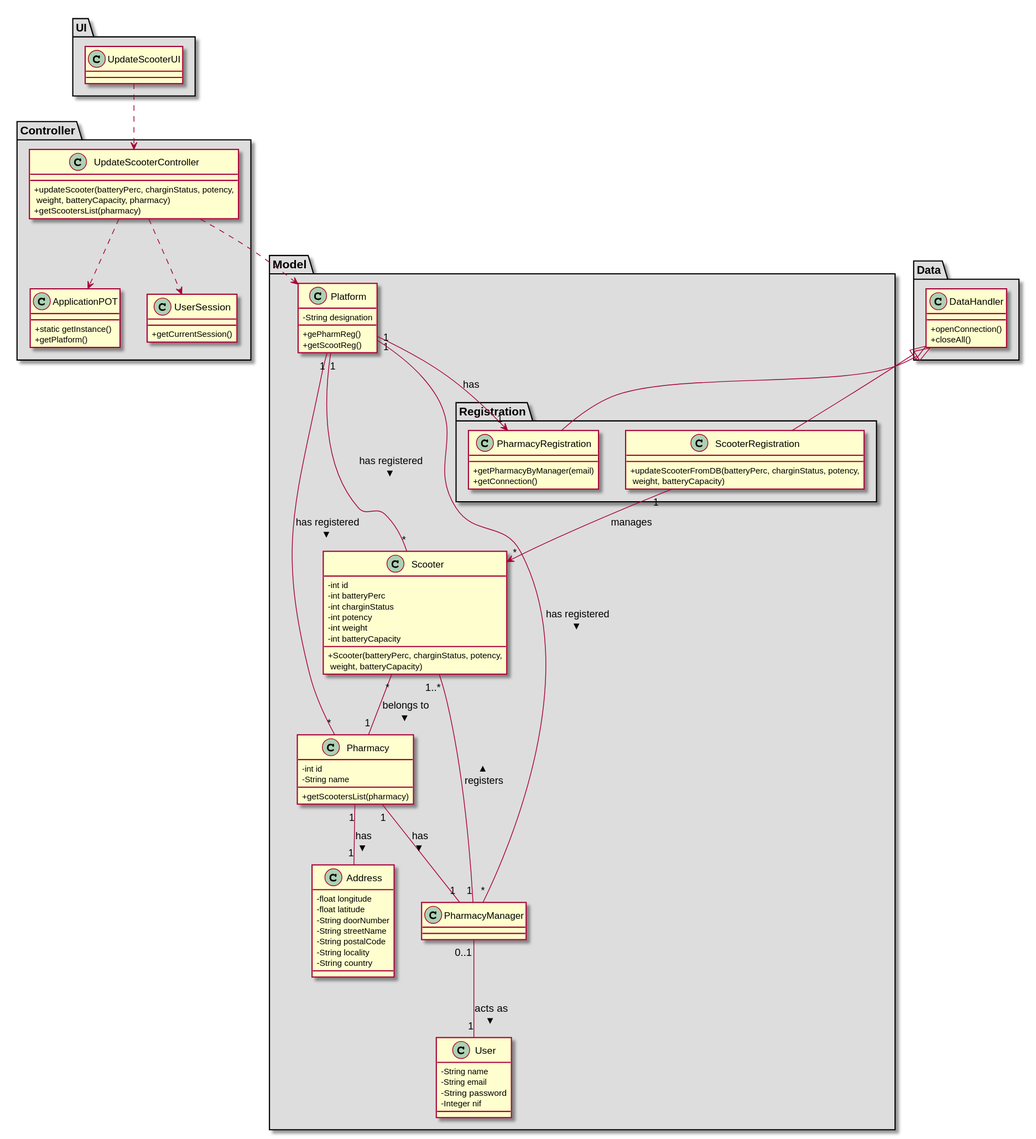
The PlantUML diagram docs/Iteration 1/Scooter Management/US32_UpdateScooter/US32_CD.svg in tiagoavcosta25/LAPR3, before a commit.
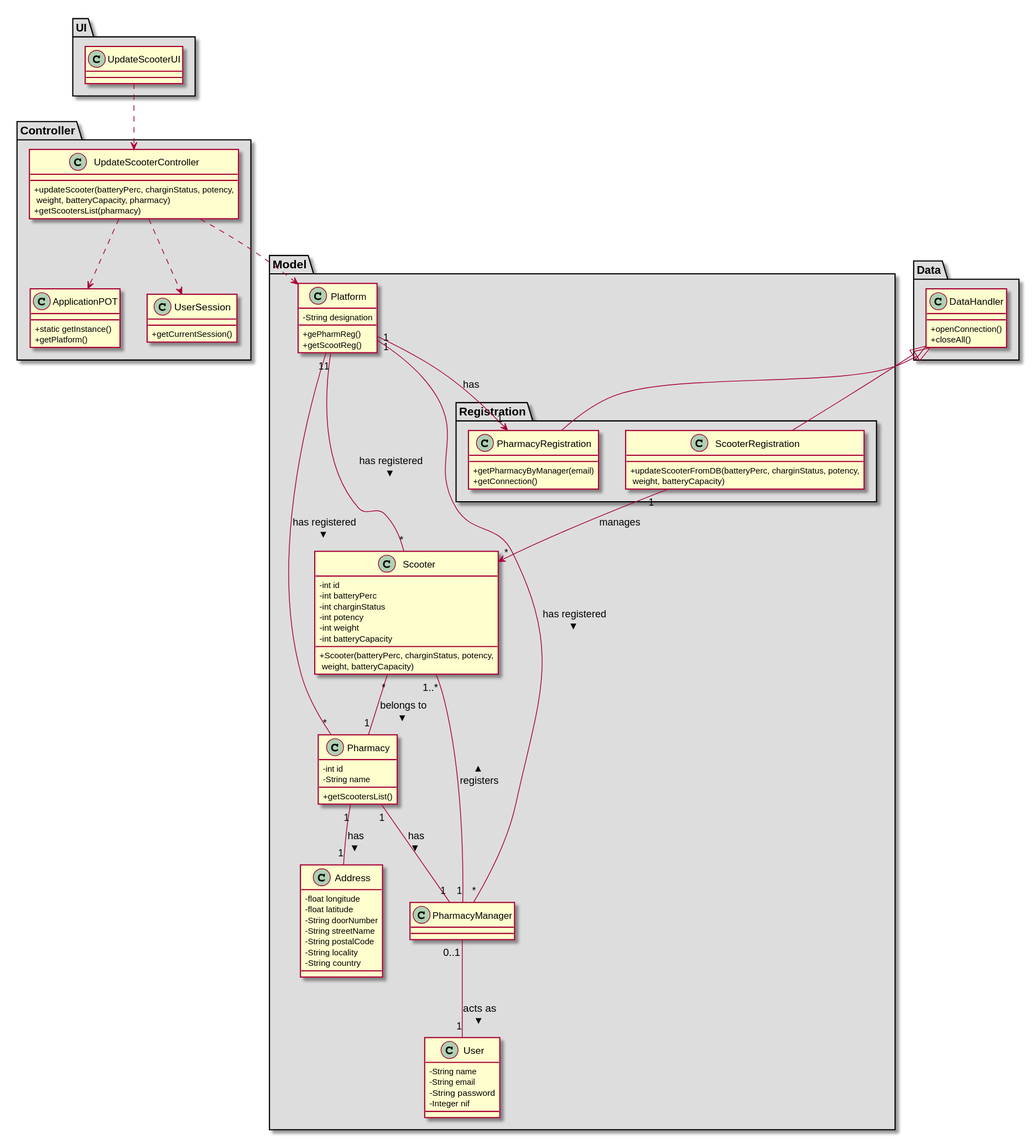
Later version of the same file.

What changed in the source:
```diff
@@ -69,7 +69,7 @@
 class Pharmacy {
   -int id
   -String name
-  +getScootersList(pharmacy)
+  +getScootersList()
 }
 
 class User{
```
